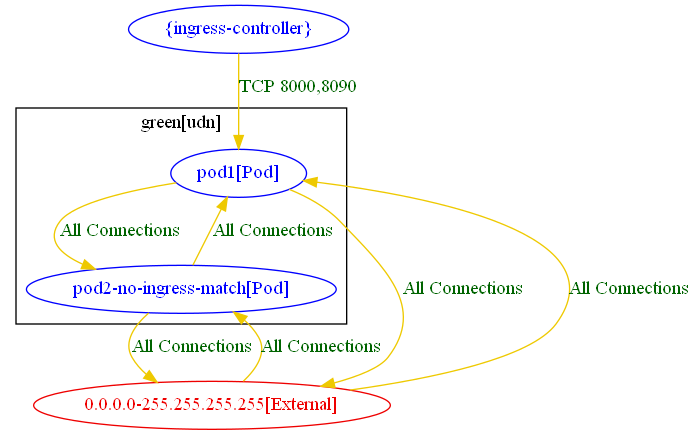
This is test_outputs/connlist/udn_with_ingress_controller_two_pods_connlist_output.dot.png from np-guard/netpol-analyzer, a Graphviz export, as it was before one commit. Its source is kept beside it as test_outputs/connlist/udn_with_ingress_controller_two_pods_connlist_output.dot. Source of this version:
```dot
digraph {
	subgraph "cluster_green[udn]" {
		color="black"
		fontcolor="black"
		"green[udn]/pod1[Pod]" [label="pod1[Pod]" color="blue" fontcolor="blue"]
		"green[udn]/pod2-no-ingress-match[Pod]" [label="pod2-no-ingress-match[Pod]" color="blue" fontcolor="blue"]
		label="green[udn]"
	}
	"0.0.0.0-255.255.255.255[External]" [label="0.0.0.0-255.255.255.255[External]" color="red2" fontcolor="red2"]
	"{ingress-controller}" [label="{ingress-controller}" color="blue" fontcolor="blue"]
	"0.0.0.0-255.255.255.255[External]" -> "green[udn]/pod1[Pod]" [label="All Connections" color="gold2" fontcolor="darkgreen" weight=0.5]
	"0.0.0.0-255.255.255.255[External]" -> "green[udn]/pod2-no-ingress-match[Pod]" [label="All Connections" color="gold2" fontcolor="darkgreen" weight=0.5]
	"green[udn]/pod1[Pod]" -> "0.0.0.0-255.255.255.255[External]" [label="All Connections" color="gold2" fontcolor="darkgreen" weight=1]
	"green[udn]/pod1[Pod]" -> "green[udn]/pod2-no-ingress-match[Pod]" [label="All Connections" color="gold2" fontcolor="darkgreen" weight=0.5]
	"green[udn]/pod2-no-ingress-match[Pod]" -> "0.0.0.0-255.255.255.255[External]" [label="All Connections" color="gold2" fontcolor="darkgreen" weight=1]
	"green[udn]/pod2-no-ingress-match[Pod]" -> "green[udn]/pod1[Pod]" [label="All Connections" color="gold2" fontcolor="darkgreen" weight=1]
	"{ingress-controller}" -> "green[udn]/pod1[Pod]" [label="TCP 8000,8090" color="gold2" fontcolor="darkgreen" weight=1]
}
```
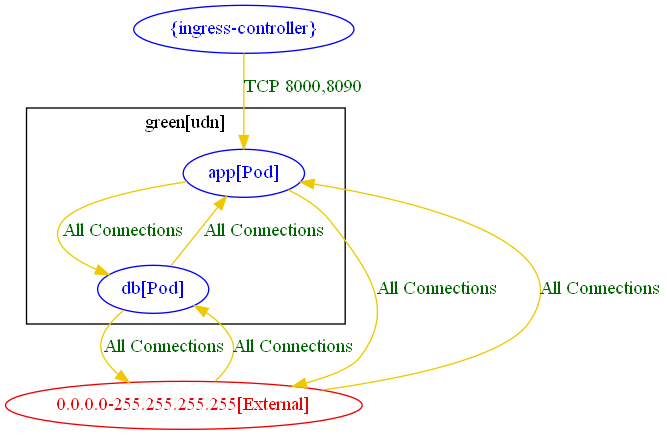
The same file after the commit.

What changed in the source:
```diff
@@ -2,17 +2,17 @@
 	subgraph "cluster_green[udn]" {
 		color="black"
 		fontcolor="black"
-		"green[udn]/pod1[Pod]" [label="pod1[Pod]" color="blue" fontcolor="blue"]
-		"green[udn]/pod2-no-ingress-match[Pod]" [label="pod2-no-ingress-match[Pod]" color="blue" fontcolor="blue"]
+		"green[udn]/app[Pod]" [label="app[Pod]" color="blue" fontcolor="blue"]
+		"green[udn]/db[Pod]" [label="db[Pod]" color="blue" fontcolor="blue"]
 		label="green[udn]"
 	}
 	"0.0.0.0-255.255.255.255[External]" [label="0.0.0.0-255.255.255.255[External]" color="red2" fontcolor="red2"]
 	"{ingress-controller}" [label="{ingress-controller}" color="blue" fontcolor="blue"]
-	"0.0.0.0-255.255.255.255[External]" -> "green[udn]/pod1[Pod]" [label="All Connections" color="gold2" fontcolor="darkgreen" weight=0.5]
-	"0.0.0.0-255.255.255.255[External]" -> "green[udn]/pod2-no-ingress-match[Pod]" [label="All Connections" color="gold2" fontcolor="darkgreen" weight=0.5]
-	"green[udn]/pod1[Pod]" -> "0.0.0.0-255.255.255.255[External]" [label="All Connections" color="gold2" fontcolor="darkgreen" weight=1]
-	"green[udn]/pod1[Pod]" -> "green[udn]/pod2-no-ingress-match[Pod]" [label="All Connections" color="gold2" fontcolor="darkgreen" weight=0.5]
-	"green[udn]/pod2-no-ingress-match[Pod]" -> "0.0.0.0-255.255.255.255[External]" [label="All Connections" color="gold2" fontcolor="darkgreen" weight=1]
-	"green[udn]/pod2-no-ingress-match[Pod]" -> "green[udn]/pod1[Pod]" [label="All Connections" color="gold2" fontcolor="darkgreen" weight=1]
-	"{ingress-controller}" -> "green[udn]/pod1[Pod]" [label="TCP 8000,8090" color="gold2" fontcolor="darkgreen" weight=1]
+	"0.0.0.0-255.255.255.255[External]" -> "green[udn]/app[Pod]" [label="All Connections" color="gold2" fontcolor="darkgreen" weight=0.5]
+	"0.0.0.0-255.255.255.255[External]" -> "green[udn]/db[Pod]" [label="All Connections" color="gold2" fontcolor="darkgreen" weight=0.5]
+	"green[udn]/app[Pod]" -> "0.0.0.0-255.255.255.255[External]" [label="All Connections" color="gold2" fontcolor="darkgreen" weight=1]
+	"green[udn]/app[Pod]" -> "green[udn]/db[Pod]" [label="All Connections" color="gold2" fontcolor="darkgreen" weight=0.5]
+	"green[udn]/db[Pod]" -> "0.0.0.0-255.255.255.255[External]" [label="All Connections" color="gold2" fontcolor="darkgreen" weight=1]
+	"green[udn]/db[Pod]" -> "green[udn]/app[Pod]" [label="All Connections" color="gold2" fontcolor="darkgreen" weight=1]
+	"{ingress-controller}" -> "green[udn]/app[Pod]" [label="TCP 8000,8090" color="gold2" fontcolor="darkgreen" weight=1]
 }
```
